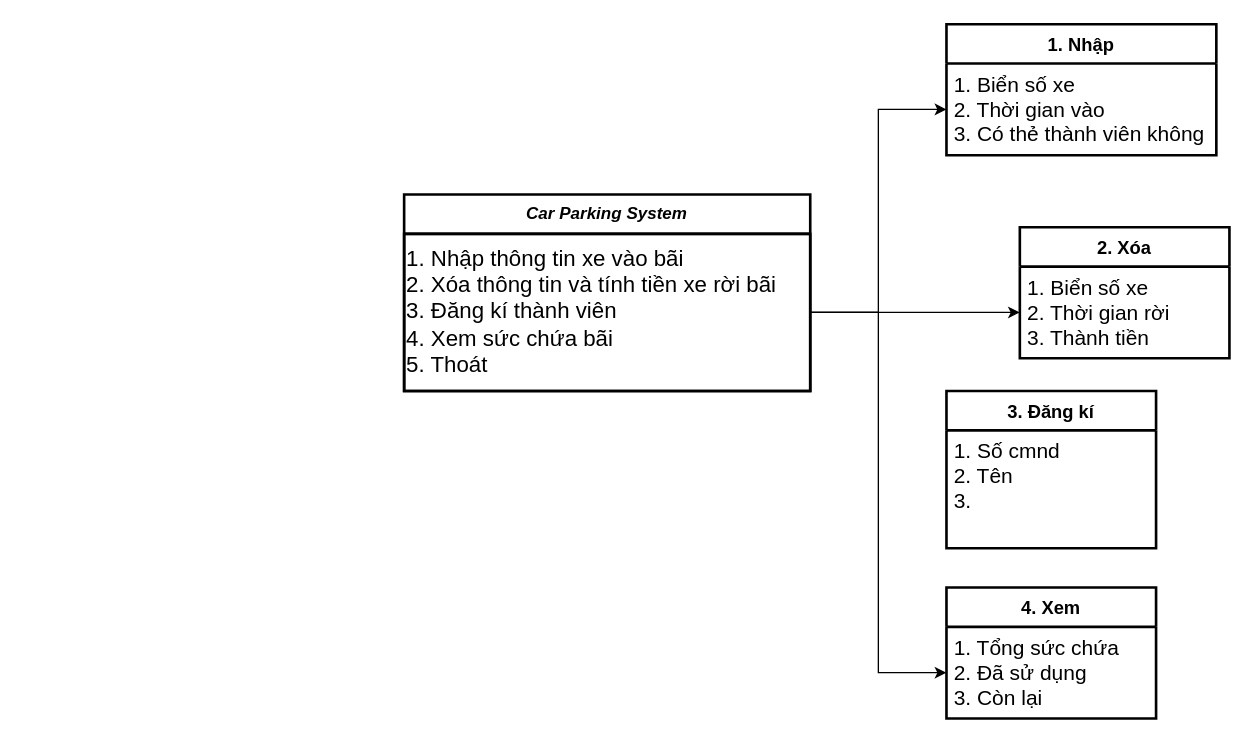
The draw.io diagram Biểu đồ không có tiêu đề.drawio in TrongFlorida/Draw, before the edit. Source tidied: cells renumbered, new cells numbered last; positions are measured from the earlier drawing's top-left corner, leaving out a move shared by most shapes. Both pictures are drawn from the tidied source at 131%, with x=0, y=0 at pixel (403, 24).
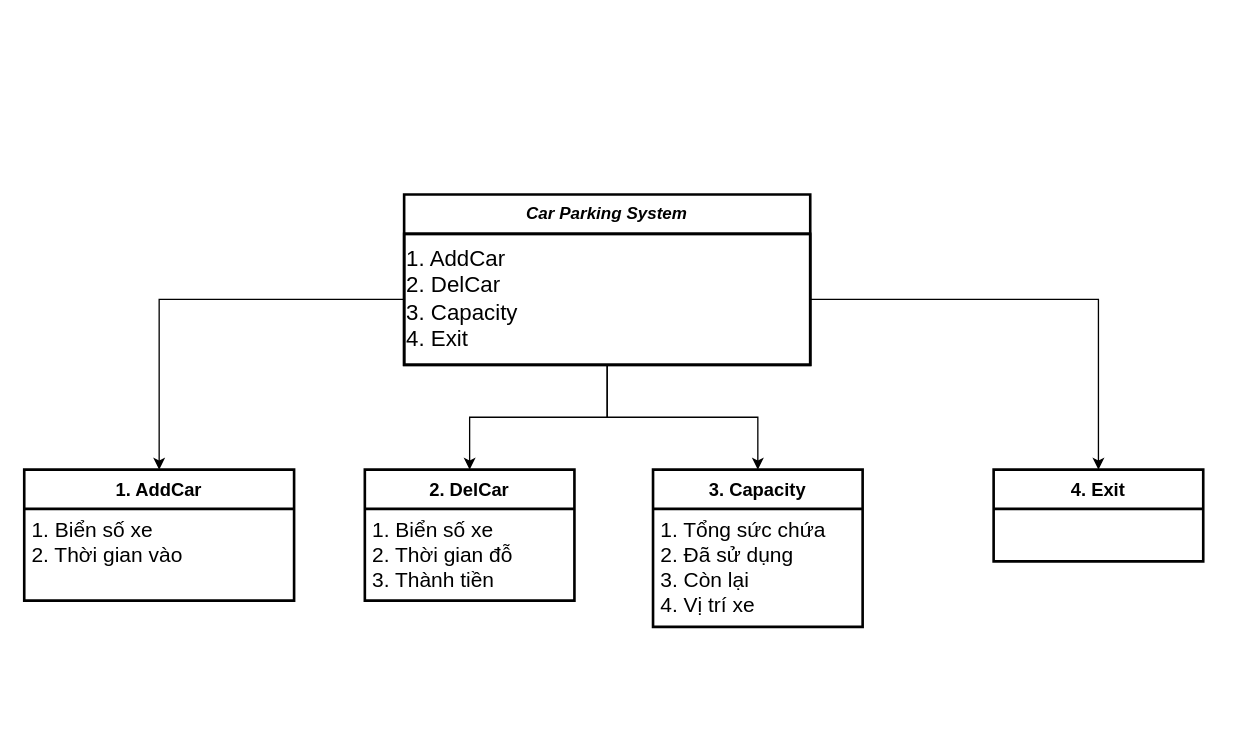
The same page after the edit.

Change to the diagram source:
```diff
@@
 <mxGraphModel>
   <root>
     <mxCell id="0" />
     <mxCell id="1" parent="0" />
     <mxCell id="2" value="Car Parking System" style="swimlane;fontStyle=3;align=center;verticalAlign=top;horizontal=1;startSize=30;rounded=0;shadow=0;strokeWidth=2;fontSize=13;" parent="1" vertex="1">
-      <mxGeometry y="130" width="310" height="150" as="geometry" />
+      <mxGeometry y="130" width="310" height="130" as="geometry" />
     </mxCell>
-    <mxCell id="3" value="1. Nhập thông tin xe vào bãi&lt;br&gt;2. Xóa thông tin và tính tiền xe rời bãi&lt;br&gt;3. Đăng kí thành viên&lt;br&gt;4. Xem sức chứa bãi&lt;br&gt;5. Thoát" style="text;html=1;align=left;verticalAlign=middle;points=[];strokeColor=default;fillColor=none;fontSize=17;shadow=0;strokeWidth=2;" parent="2" vertex="1">
-      <mxGeometry y="30" width="310" height="120" as="geometry" />
+    <mxCell id="3" value="1. AddCar&lt;br&gt;2. DelCar&lt;br&gt;3. Capacity&lt;br&gt;4. Exit" style="text;html=1;align=left;verticalAlign=middle;points=[];strokeColor=default;fillColor=none;fontSize=17;shadow=0;strokeWidth=2;" parent="2" vertex="1">
+      <mxGeometry y="30" width="310" height="100" as="geometry" />
     </mxCell>
-    <mxCell id="4" value="1. Nhập" style="swimlane;horizontal=1;startSize=30;rounded=0;fontSize=14;fontStyle=1;strokeWidth=2;shadow=0;dashed=0;align=center;" parent="1" vertex="1">
-      <mxGeometry x="414" width="206" height="100" as="geometry" />
+    <mxCell id="4" value="1. AddCar" style="swimlane;horizontal=1;startSize=30;rounded=0;fontSize=14;fontStyle=1;strokeWidth=2;shadow=0;dashed=0;align=center;" parent="1" vertex="1">
+      <mxGeometry x="-290" y="340" width="206" height="100" as="geometry" />
     </mxCell>
-    <mxCell id="5" value="1. Biển số xe&#10;2. Thời gian vào&#10;3. Có thẻ thành viên không" style="align=left;strokeColor=none;fillColor=none;spacingLeft=4;fontSize=16;verticalAlign=top;" parent="4" vertex="1">
+    <mxCell id="5" value="1. Biển số xe&#10;2. Thời gian vào" style="align=left;strokeColor=none;fillColor=none;spacingLeft=4;fontSize=16;verticalAlign=top;" parent="4" vertex="1">
       <mxGeometry y="30" width="206" height="70" as="geometry" />
     </mxCell>
-    <mxCell id="6" value="2. Xóa" style="swimlane;horizontal=1;startSize=30;rounded=0;fontSize=14;fontStyle=1;strokeWidth=2;shadow=0;dashed=0;align=center;strokeColor=default;fillColor=none;" parent="1" vertex="1">
-      <mxGeometry x="470" y="155" width="160" height="100" as="geometry" />
+    <mxCell id="6" value="2. DelCar" style="swimlane;horizontal=1;startSize=30;rounded=0;fontSize=14;fontStyle=1;strokeWidth=2;shadow=0;dashed=0;align=center;strokeColor=default;fillColor=none;" parent="1" vertex="1">
+      <mxGeometry x="-30" y="340" width="160" height="100" as="geometry" />
     </mxCell>
-    <mxCell id="7" value="1. Biển số xe&#10;2. Thời gian rời&#10;3. Thành tiền" style="align=left;strokeColor=none;fillColor=none;spacingLeft=4;fontSize=16;verticalAlign=top;rounded=0;shadow=0;strokeWidth=2;" parent="6" vertex="1">
+    <mxCell id="7" value="1. Biển số xe&#10;2. Thời gian đỗ&#10;3. Thành tiền" style="align=left;strokeColor=none;fillColor=none;spacingLeft=4;fontSize=16;verticalAlign=top;rounded=0;shadow=0;strokeWidth=2;" parent="6" vertex="1">
       <mxGeometry y="30" width="160" height="70" as="geometry" />
     </mxCell>
-    <mxCell id="8" value="4. Xem" style="swimlane;horizontal=1;startSize=30;rounded=0;fontSize=14;fontStyle=1;strokeWidth=2;shadow=0;dashed=0;align=center;strokeColor=default;fillColor=none;" parent="1" vertex="1">
-      <mxGeometry x="414" y="430" width="160" height="100" as="geometry" />
+    <mxCell id="8" value="3. Capacity" style="swimlane;horizontal=1;startSize=30;rounded=0;fontSize=14;fontStyle=1;strokeWidth=2;shadow=0;dashed=0;align=center;strokeColor=default;fillColor=none;" parent="1" vertex="1">
+      <mxGeometry x="190" y="340" width="160" height="120" as="geometry" />
     </mxCell>
-    <mxCell id="9" value="1. Tổng sức chứa&#10;2. Đã sử dụng&#10;3. Còn lại" style="align=left;strokeColor=none;fillColor=none;spacingLeft=4;fontSize=16;verticalAlign=top;rounded=0;shadow=0;strokeWidth=2;" parent="8" vertex="1">
-      <mxGeometry y="30" width="160" height="70" as="geometry" />
+    <mxCell id="9" value="1. Tổng sức chứa&#10;2. Đã sử dụng&#10;3. Còn lại&#10;4. Vị trí xe" style="align=left;strokeColor=none;fillColor=none;spacingLeft=4;fontSize=16;verticalAlign=top;rounded=0;shadow=0;strokeWidth=2;" parent="8" vertex="1">
+      <mxGeometry y="30" width="160" height="90" as="geometry" />
     </mxCell>
-    <mxCell id="10" style="edgeStyle=orthogonalEdgeStyle;rounded=0;jettySize=auto;html=1;entryX=0;entryY=0.5;entryDx=0;entryDy=0;fontSize=16;" parent="1" edge="1" source="3" target="9">
-      <mxGeometry relative="1" as="geometry" />
-    </mxCell>
-    <mxCell id="11" style="edgeStyle=orthogonalEdgeStyle;rounded=0;jettySize=auto;html=1;entryX=0;entryY=0.5;entryDx=0;entryDy=0;fontSize=16;" parent="1" edge="1" source="3" target="7">
-      <mxGeometry relative="1" as="geometry">
-        <Array as="points">
-          <mxPoint x="414" y="220" />
-        </Array>
-      </mxGeometry>
-    </mxCell>
-    <mxCell id="12" style="edgeStyle=orthogonalEdgeStyle;rounded=0;jettySize=auto;html=1;entryX=0;entryY=0.5;entryDx=0;entryDy=0;fontSize=16;" parent="1" edge="1" source="3" target="5">
-      <mxGeometry relative="1" as="geometry" />
-    </mxCell>
-    <mxCell id="13" value="3. Đăng kí" style="swimlane;horizontal=1;startSize=30;rounded=0;fontSize=14;fontStyle=1;strokeWidth=2;shadow=0;dashed=0;align=center;fillColor=default;" parent="1" vertex="1">
-      <mxGeometry x="414" y="280" width="160" height="120" as="geometry" />
+    <mxCell id="13" value="4. Exit" style="swimlane;horizontal=1;startSize=30;rounded=0;fontSize=14;fontStyle=1;strokeWidth=2;shadow=0;dashed=0;align=center;fillColor=default;" parent="1" vertex="1">
+      <mxGeometry x="450" y="340" width="160" height="70" as="geometry" />
     </mxCell>
-    <mxCell id="14" value="1. Số cmnd&#10;2. Tên&#10;3." style="align=left;strokeColor=none;fillColor=none;spacingLeft=4;fontSize=16;verticalAlign=top;strokeWidth=2;" parent="13" vertex="1">
-      <mxGeometry y="30" width="160" height="90" as="geometry" />
-    </mxCell>
+    <mxCell id="15" style="edgeStyle=orthogonalEdgeStyle;rounded=0;jettySize=auto;html=1;entryX=0.5;entryY=0;entryDx=0;entryDy=0;" parent="1" edge="1" source="3" target="4">
+      <mxGeometry relative="1" as="geometry" />
+    </mxCell>
+    <mxCell id="16" style="edgeStyle=orthogonalEdgeStyle;rounded=0;jettySize=auto;html=1;" parent="1" edge="1" source="3" target="6">
+      <mxGeometry relative="1" as="geometry" />
+    </mxCell>
+    <mxCell id="17" style="edgeStyle=orthogonalEdgeStyle;rounded=0;jettySize=auto;html=1;entryX=0.5;entryY=0;entryDx=0;entryDy=0;" parent="1" edge="1" source="3" target="8">
+      <mxGeometry relative="1" as="geometry" />
+    </mxCell>
+    <mxCell id="18" style="edgeStyle=orthogonalEdgeStyle;rounded=0;jettySize=auto;html=1;entryX=0.5;entryY=0;entryDx=0;entryDy=0;" parent="1" edge="1" source="3" target="13">
+      <mxGeometry relative="1" as="geometry" />
+    </mxCell>
   </root>
 </mxGraphModel>
```
